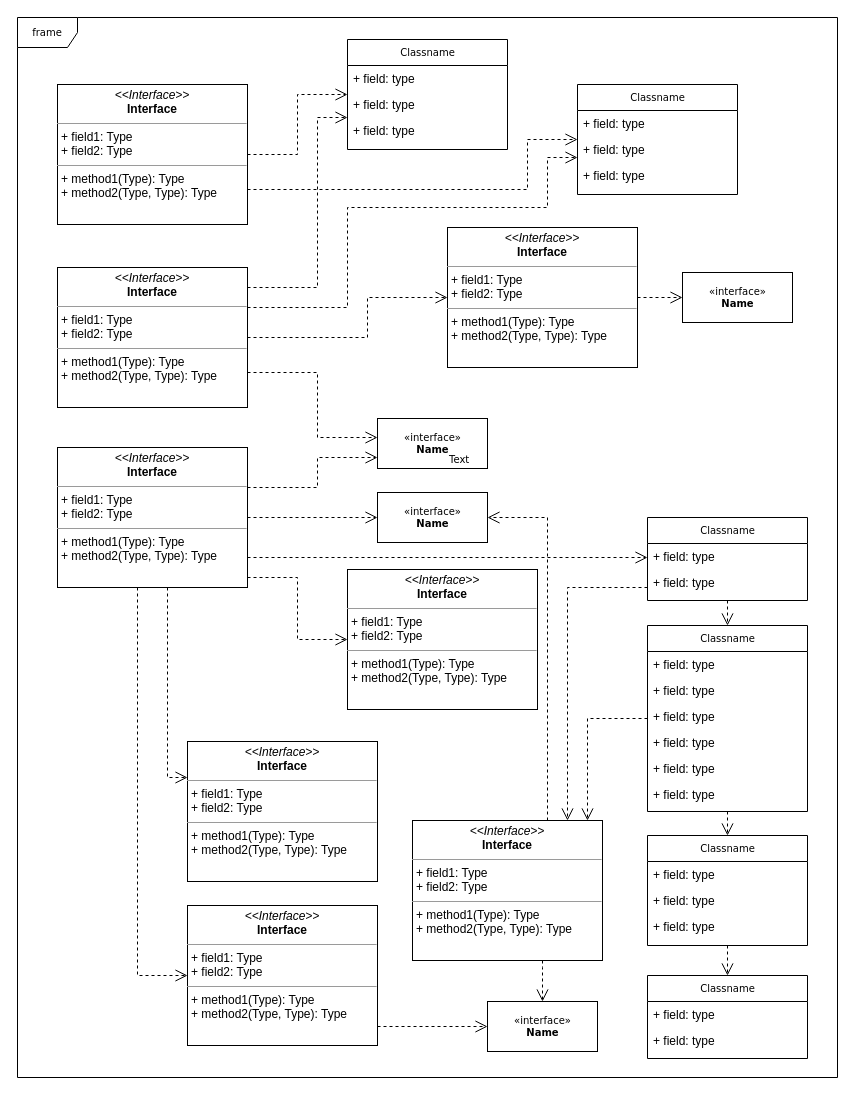
This is Untitled Diagram.drawio from DanBattaglia/ProjectsLets, a draw.io file, before an edit. Source tidied: cells renumbered, new cells numbered last; positions are measured from the earlier drawing's top-left corner, leaving out a move shared by most shapes. Both pictures are drawn from the tidied source at 100%, with x=0, y=0 at pixel (17, 17).
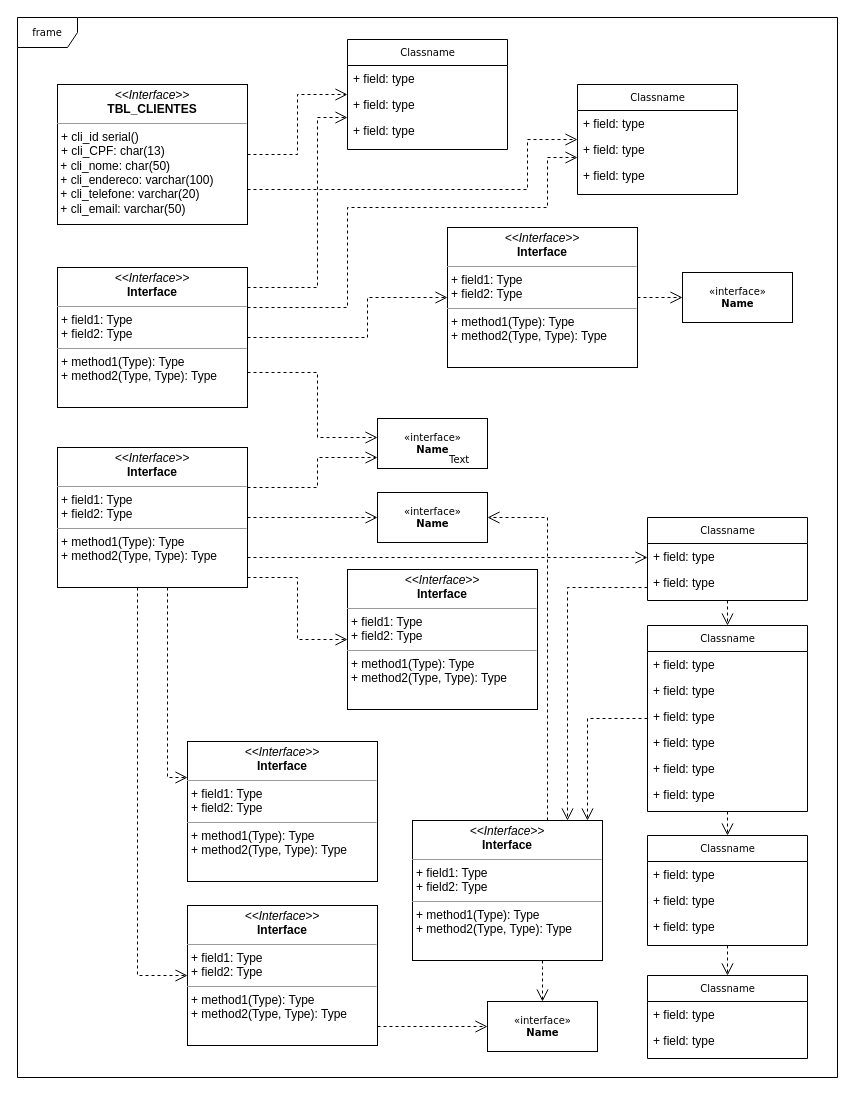
The same page after the edit.

What changed in the source:
```diff
@@
-    <mxCell id="48" value="&lt;p style=&quot;margin:0px;margin-top:4px;text-align:center;&quot;&gt;&lt;i&gt;&amp;lt;&amp;lt;Interface&amp;gt;&amp;gt;&lt;/i&gt;&lt;br/&gt;&lt;b&gt;Interface&lt;/b&gt;&lt;/p&gt;&lt;hr size=&quot;1&quot;/&gt;&lt;p style=&quot;margin:0px;margin-left:4px;&quot;&gt;+ field1: Type&lt;br/&gt;+ field2: Type&lt;/p&gt;&lt;hr size=&quot;1&quot;/&gt;&lt;p style=&quot;margin:0px;margin-left:4px;&quot;&gt;+ method1(Type): Type&lt;br/&gt;+ method2(Type, Type): Type&lt;/p&gt;" style="verticalAlign=top;align=left;overflow=fill;fontSize=12;fontFamily=Helvetica;html=1;rounded=0;shadow=0;comic=0;labelBackgroundColor=none;strokeWidth=1;" parent="1" vertex="1">
+    <mxCell id="48" value="&lt;p style=&quot;margin: 0px ; margin-top: 4px ; text-align: center&quot;&gt;&lt;i&gt;&amp;lt;&amp;lt;Interface&amp;gt;&amp;gt;&lt;/i&gt;&lt;br&gt;&lt;b&gt;TBL_CLIENTES&lt;/b&gt;&lt;/p&gt;&lt;hr size=&quot;1&quot;&gt;&lt;p style=&quot;margin: 0px ; margin-left: 4px&quot;&gt;+ cli_id serial()&lt;/p&gt;&lt;p style=&quot;margin: 0px ; margin-left: 4px&quot;&gt;+ cli_CPF: char(13)&lt;/p&gt;&amp;nbsp;+ cli_nome: char(50)&lt;br&gt;&amp;nbsp;+ cli_endereco: varchar(100)&lt;br&gt;&amp;nbsp;+ cli_telefone: varchar(20)&lt;br&gt;&amp;nbsp;+ cli_email: varchar(50)&lt;br&gt;" style="verticalAlign=top;align=left;overflow=fill;fontSize=12;fontFamily=Helvetica;html=1;rounded=0;shadow=0;comic=0;labelBackgroundColor=none;strokeWidth=1;" parent="1" vertex="1">
       <mxGeometry x="40" y="67" width="190" height="140" as="geometry" />
     </mxCell>
```
